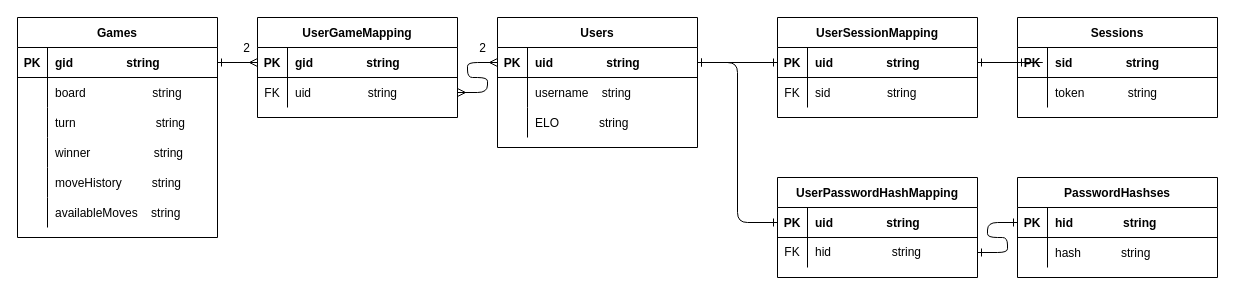
Tluszczyk/TicTactics-go keeps this draw.io diagram as documentation/drawio/Database.drawio. Above is the earlier version. Source tidied: cells renumbered, new cells numbered last; positions are measured from the earlier drawing's top-left corner, leaving out a move shared by most shapes. Both pictures are drawn from the tidied source at 100%, with x=0, y=0 at pixel (17, 17).
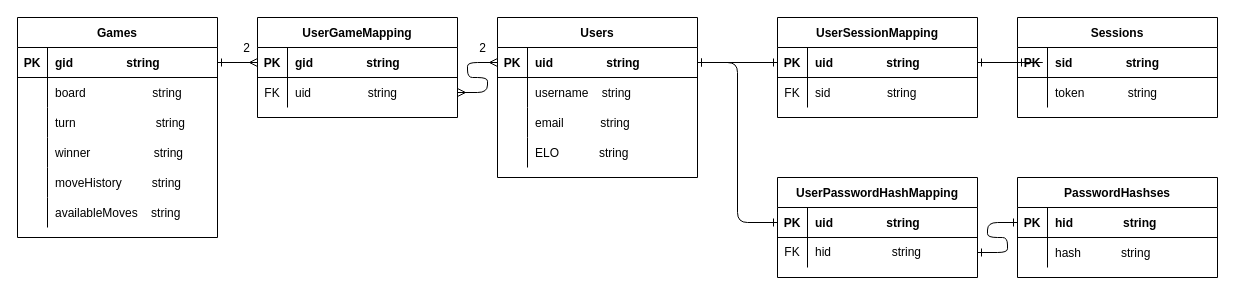
The same diagram, later.

Commit message (it also covers changes not shown here):
Added Session and removed Accounts from Database diagram

Change to the diagram source:
```diff
@@
     <mxCell id="9" value="Users" style="shape=table;startSize=30;childLayout=tableLayout;rowLines=0;fontStyle=1;align=center;" parent="1" vertex="1">
-      <mxGeometry x="480" width="200" height="130" as="geometry" />
+      <mxGeometry x="480" width="200" height="160" as="geometry" />
     </mxCell>
@@
+    <mxCell id="74" style="shape=tableRow;horizontal=0;startSize=0;swimlaneHead=0;swimlaneBody=0;fillColor=none;top=0;left=0;right=0;bottom=0;" parent="9" vertex="1">
+      <mxGeometry y="90" width="200" height="30" as="geometry" />
+    </mxCell>
+    <mxCell id="75" style="shape=partialRectangle;fillColor=none;top=0;left=0;bottom=0;right=0;overflow=hidden;" parent="74" vertex="1">
+      <mxGeometry width="30" height="30" as="geometry" />
+    </mxCell>
+    <mxCell id="76" value="email           string" style="shape=partialRectangle;fillColor=none;top=0;left=0;bottom=0;right=0;align=left;spacingLeft=6;overflow=hidden;" parent="74" vertex="1">
+      <mxGeometry x="30" width="170" height="30" as="geometry" />
+    </mxCell>
     <mxCell id="16" style="shape=tableRow;horizontal=0;startSize=0;swimlaneHead=0;swimlaneBody=0;fillColor=none;top=0;left=0;right=0;bottom=0;" parent="9" vertex="1">
-      <mxGeometry y="90" width="200" height="30" as="geometry" />
+      <mxGeometry y="120" width="200" height="30" as="geometry" />
     </mxCell>
```
